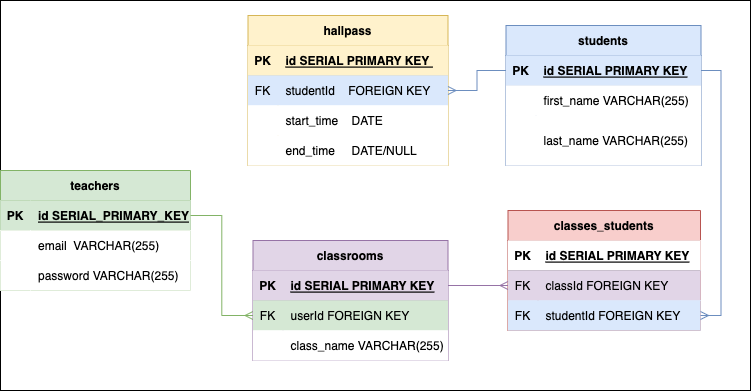
The draw.io diagram hallpassERD.drawio.png in snacksident/hallpass-logger, before a commit. Source tidied: cells renumbered, new cells last; positions are measured from the earlier drawing's top-left corner, leaving out a move shared by most shapes.
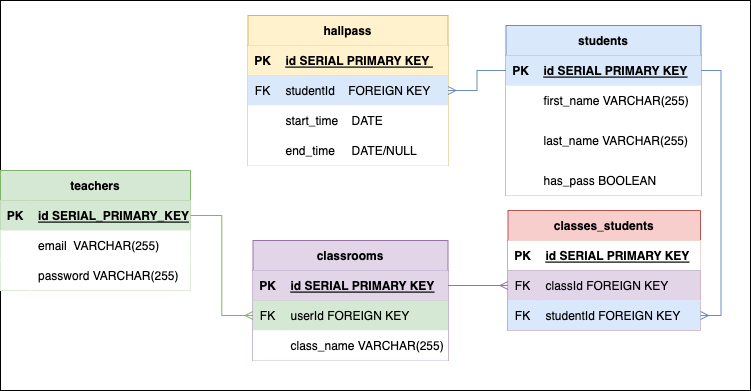
Above is the later version.

Commit message:
add has_pass to students ERD

Change to the diagram source:
```diff
@@ -36,7 +36,7 @@
       <mxGeometry x="30" width="160" height="30" as="geometry" />
     </mxCell>
     <mxCell id="13" value="students" style="shape=table;startSize=30;rowLines=0;fontStyle=1;align=center;strokeColor=#6c8ebf;fillColor=#dae8fc;" parent="1" vertex="1">
-      <mxGeometry x="505.5" y="25" width="195" height="140" as="geometry" />
+      <mxGeometry x="505.5" y="25" width="195" height="170" as="geometry" />
     </mxCell>
     <mxCell id="14" style="shape=tableRow;horizontal=0;startSize=0;swimlaneHead=0;swimlaneBody=0;points=[[0,0.5],[1,0.5]];portConstraint=eastwest;top=0;left=0;right=0;bottom=1;fillColor=#dae8fc;strokeColor=#6c8ebf;" parent="13" vertex="1">
       <mxGeometry y="30" width="195" height="30" as="geometry" />
@@ -65,6 +65,15 @@
     <mxCell id="22" value="last_name VARCHAR(255)" style="shape=partialRectangle;top=0;left=0;bottom=0;right=0;align=left;spacingLeft=6;fontStyle=0;overflow=hidden;" parent="20" vertex="1">
       <mxGeometry x="30" width="165" height="50" as="geometry" />
     </mxCell>
+    <mxCell id="60" style="shape=tableRow;horizontal=0;startSize=0;swimlaneHead=0;swimlaneBody=0;top=0;left=0;right=0;bottom=0;" parent="13" vertex="1">
+      <mxGeometry y="140" width="195" height="30" as="geometry" />
+    </mxCell>
+    <mxCell id="61" style="shape=partialRectangle;top=0;left=0;bottom=0;right=0;overflow=hidden;" parent="60" vertex="1">
+      <mxGeometry width="30" height="30" as="geometry" />
+    </mxCell>
+    <mxCell id="62" value="has_pass BOOLEAN" style="shape=partialRectangle;top=0;left=0;bottom=0;right=0;align=left;spacingLeft=6;overflow=hidden;" parent="60" vertex="1">
+      <mxGeometry x="30" width="165" height="30" as="geometry" />
+    </mxCell>
     <mxCell id="23" style="edgeStyle=orthogonalEdgeStyle;rounded=0;jettySize=auto;html=1;endArrow=ERmany;endFill=0;entryX=0;entryY=0.5;entryDx=0;entryDy=0;fillColor=#d5e8d4;strokeColor=#82b366;" parent="1" edge="1" source="4" target="28">
       <mxGeometry relative="1" as="geometry" />
     </mxCell>
```
